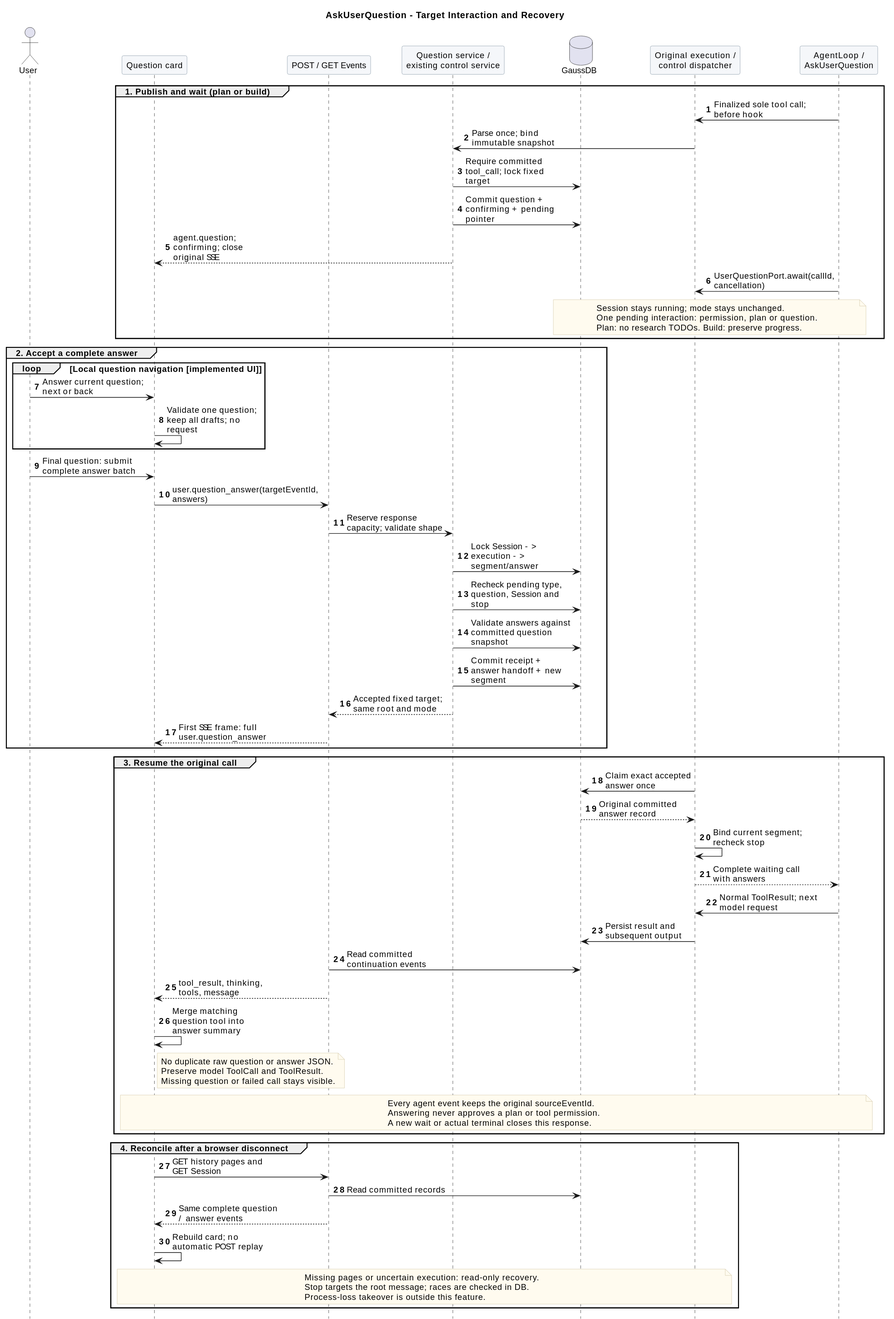
Earlier version of the PlantUML export 01-总体架构/06-CampusClaw计划模式/ask_user_question_sequence.svg (ssm0808/pi-mono-java-design).
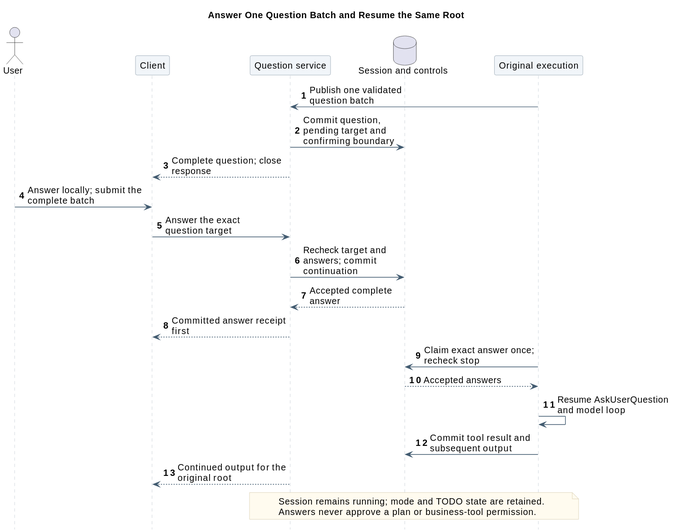
Later version of the same file.

What changed in the source:
```diff
@@ -1,83 +1,42 @@
 @startuml
 skinparam backgroundColor white
+skinparam defaultFontName SansSerif
+skinparam defaultFontSize 14
 skinparam shadowing false
-skinparam defaultFontName SansSerif
-skinparam defaultFontSize 13
 skinparam sequenceMessageAlign left
-skinparam maxMessageSize 160
-skinparam sequenceParticipantBackgroundColor #F5F7FA
+skinparam maxMessageSize 180
+skinparam sequenceArrowColor #425B70
+skinparam sequenceLifeLineBorderColor #BAC4CC
+skinparam sequenceParticipantBackgroundColor #F1F5F9
 skinparam sequenceParticipantBorderColor #8496A4
+skinparam sequenceGroupBackgroundColor #FAFBFC
+skinparam sequenceGroupBorderColor #BAC4CC
 skinparam noteBackgroundColor #FFFBEF
 skinparam noteBorderColor #D2C6A5
 hide footbox
 autonumber
-title AskUserQuestion - Target Interaction and Recovery
+
+title Answer One Question Batch and Resume the Same Root
 actor User
-participant "Question card" as UI
-participant "POST / GET Events" as API
-participant "Question service /\nexisting control service" as Service
-database GaussDB as DB
-participant "Original execution /\ncontrol dispatcher" as Runtime
-participant "AgentLoop /\nAskUserQuestion" as Tool
-
-group 1. Publish and wait (plan or build)
-  Tool -> Runtime : Finalized sole tool call; before hook
-  Runtime -> Service : Parse once; bind immutable snapshot
-  Service -> DB : Require committed tool_call; lock fixed target
-  Service -> DB : Commit question + confirming + pending pointer
-  Service --> UI : agent.question; confirming; close original SSE
-  Tool -> Runtime : UserQuestionPort.await(callId, cancellation)
-  note over DB,Tool
-    Session stays running; mode stays unchanged.
-    One pending interaction: permission, plan or question.
-    Plan: no research TODOs. Build: preserve progress.
-  end note
-end
-group 2. Accept a complete answer
-  loop Local question navigation [implemented UI]
-    User -> UI : Answer current question; next or back
-    UI -> UI : Validate one question; keep all drafts; no request
-  end
-  User -> UI : Final question: submit complete answer batch
-  UI -> API : user.question_answer(targetEventId, answers)
-  API -> Service : Reserve response capacity; validate shape
-  Service -> DB : Lock Session -> execution -> segment/answer
-  Service -> DB : Recheck pending type, question, Session and stop
-  Service -> DB : Validate answers against committed question snapshot
-  Service -> DB : Commit receipt + answer handoff + new segment
-  Service --> API : Accepted fixed target; same root and mode
-  API --> UI : First SSE frame: full user.question_answer
-end
-group 3. Resume the original call
-  Runtime -> DB : Claim exact accepted answer once
-  DB --> Runtime : Original committed answer record
-  Runtime -> Runtime : Bind current segment; recheck stop
-  Runtime --> Tool : Complete waiting call with answers
-  Tool -> Runtime : Normal ToolResult; next model request
-  Runtime -> DB : Persist result and subsequent output
-  API -> DB : Read committed continuation events
-  API --> UI : tool_result, thinking, tools, message
-  UI -> UI : Merge matching question tool into answer summary
-  note right of UI
-    No duplicate raw question or answer JSON.
-    Preserve model ToolCall and ToolResult.
-    Missing question or failed call stays visible.
-  end note
-  note over UI,Tool
-    Every agent event keeps the original sourceEventId.
-    Answering never approves a plan or tool permission.
-    A new wait or actual terminal closes this response.
-  end note
-end
-group 4. Reconcile after a browser disconnect
-  UI -> API : GET history pages and GET Session
-  API -> DB : Read committed records
-  API --> UI : Same complete question / answer events
-  UI -> UI : Rebuild card; no automatic POST replay
-  note over UI,Runtime
-    Missing pages or uncertain execution: read-only recovery.
-    Stop targets the root message; races are checked in DB.
-    Process-loss takeover is outside this feature.
-  end note
-end
+participant Client
+participant "Question service" as Service
+database "Session and controls" as DB
+participant "Original execution" as Runtime
+Runtime -> Service : Publish one validated question batch
+Service -> DB : Commit question, pending target and confirming boundary
+Service --> Client : Complete question; close response
+User -> Client : Answer locally; submit the complete batch
+Client -> Service : Answer the exact question target
+Service -> DB : Recheck target and answers; commit continuation
+DB --> Service : Accepted complete answer
+Service --> Client : Committed answer receipt first
+Runtime -> DB : Claim exact answer once; recheck stop
+DB --> Runtime : Accepted answers
+Runtime -> Runtime : Resume AskUserQuestion and model loop
+Runtime -> DB : Commit tool result and subsequent output
+Service --> Client : Continued output for the original root
+note over Service,Runtime
+  Session remains running; mode and TODO state are retained.
+  Answers never approve a plan or business-tool permission.
+end note
 @enduml
```
